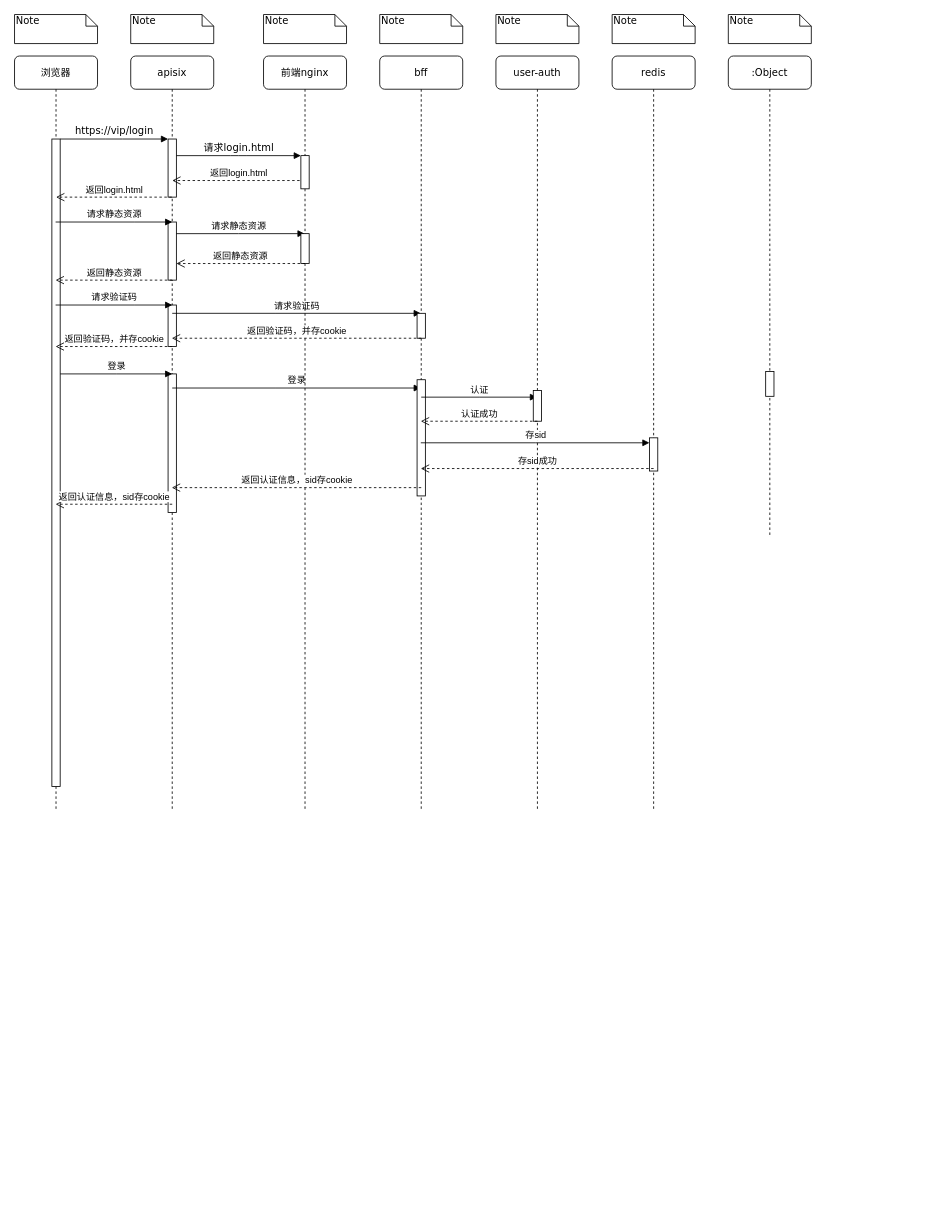
Before: sxf-front-end-optimize-publish/分布式前端调用链路.drawio in doukangtai/draw.io, a draw.io diagram. Source tidied: cells renumbered, new cells numbered last; positions are measured from the earlier drawing's top-left corner, leaving out a move shared by most shapes. Both pictures are drawn from the tidied source at 83%, with x=0, y=0 at pixel (14, 14).
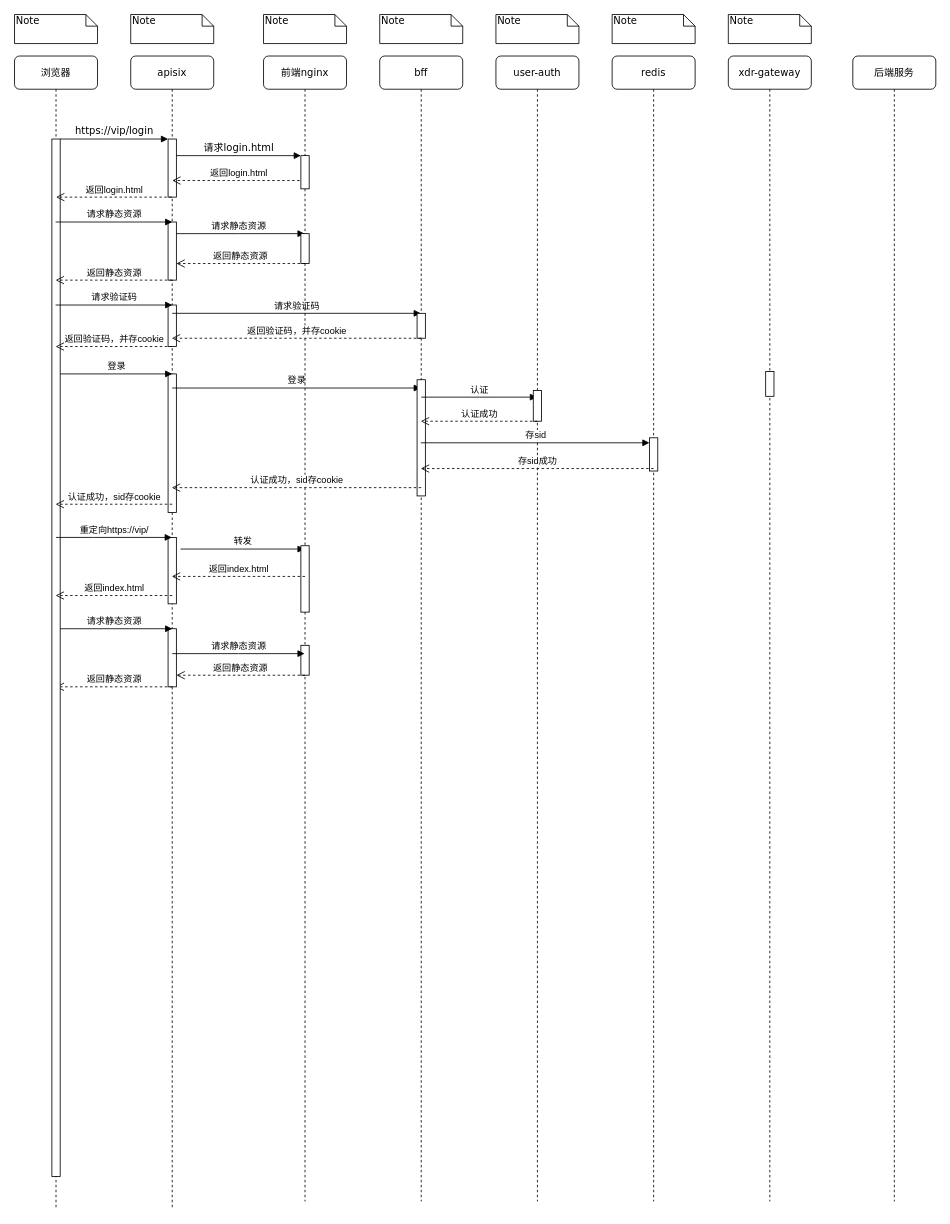
The same page after the edit.

Commit message:
V2更新分布式前端调用链路.drawio

The edit, as a diff of the source:
```diff
@@
     <mxCell id="2" value="apisix" style="shape=umlLifeline;perimeter=lifelinePerimeter;whiteSpace=wrap;html=1;outlineConnect=0;rounded=1;shadow=0;comic=0;labelBackgroundColor=none;strokeWidth=1;fontFamily=Verdana;fontSize=12;align=center;" parent="1" vertex="1">
-      <mxGeometry x="140" y="50" width="100" height="910" as="geometry" />
+      <mxGeometry x="140" y="50" width="100" height="1390" as="geometry" />
     </mxCell>
@@
+    <mxCell id="48" style="html=1;perimeter=orthogonalPerimeter;targetShapes=umlLifeline;newEdgeStyle={&quot;edgeStyle&quot;:&quot;elbowEdgeStyle&quot;,&quot;elbow&quot;:&quot;vertical&quot;,&quot;curved&quot;:0,&quot;rounded&quot;:0};" parent="2" vertex="1">
+      <mxGeometry x="45" y="580" width="10" height="80" as="geometry" />
+    </mxCell>
+    <mxCell id="49" value="转发" style="html=1;verticalAlign=bottom;endArrow=block;edgeStyle=elbowEdgeStyle;elbow=vertical;curved=0;rounded=0;" parent="2" edge="1">
+      <mxGeometry relative="1" as="geometry">
+        <mxPoint x="60" y="594" as="sourcePoint" />
+        <mxPoint x="209.5" y="594" as="targetPoint" />
+      </mxGeometry>
+    </mxCell>
+    <mxCell id="50" style="html=1;perimeter=orthogonalPerimeter;targetShapes=umlLifeline;newEdgeStyle={&quot;edgeStyle&quot;:&quot;elbowEdgeStyle&quot;,&quot;elbow&quot;:&quot;vertical&quot;,&quot;curved&quot;:0,&quot;rounded&quot;:0};" parent="2" vertex="1">
+      <mxGeometry x="45" y="690" width="10" height="70" as="geometry" />
+    </mxCell>
+    <mxCell id="51" value="请求静态资源" style="html=1;verticalAlign=bottom;endArrow=block;edgeStyle=elbowEdgeStyle;elbow=vertical;curved=0;rounded=0;" parent="2" edge="1">
+      <mxGeometry relative="1" as="geometry">
+        <mxPoint x="-90.5" y="690" as="sourcePoint" />
+        <mxPoint x="50" y="690" as="targetPoint" />
+      </mxGeometry>
+    </mxCell>
+    <mxCell id="52" value="返回静态资源" style="html=1;verticalAlign=bottom;endArrow=open;dashed=1;endSize=8;edgeStyle=elbowEdgeStyle;elbow=vertical;curved=0;rounded=0;" parent="2" edge="1">
+      <mxGeometry relative="1" as="geometry">
+        <mxPoint x="50" y="760" as="sourcePoint" />
+        <mxPoint x="-90.5" y="760" as="targetPoint" />
+      </mxGeometry>
+    </mxCell>
     <mxCell id="11" value="前端nginx" style="shape=umlLifeline;perimeter=lifelinePerimeter;whiteSpace=wrap;html=1;outlineConnect=0;rounded=1;shadow=0;comic=0;labelBackgroundColor=none;strokeWidth=1;fontFamily=Verdana;fontSize=12;align=center;" parent="1" vertex="1">
-      <mxGeometry x="300" y="50" width="100" height="910" as="geometry" />
+      <mxGeometry x="300" y="50" width="100" height="1380" as="geometry" />
     </mxCell>
@@
+    <mxCell id="53" style="html=1;perimeter=orthogonalPerimeter;targetShapes=umlLifeline;newEdgeStyle={&quot;edgeStyle&quot;:&quot;elbowEdgeStyle&quot;,&quot;elbow&quot;:&quot;vertical&quot;,&quot;curved&quot;:0,&quot;rounded&quot;:0};" parent="11" vertex="1">
+      <mxGeometry x="45" y="590" width="10" height="80" as="geometry" />
+    </mxCell>
+    <mxCell id="54" style="html=1;perimeter=orthogonalPerimeter;targetShapes=umlLifeline;newEdgeStyle={&quot;edgeStyle&quot;:&quot;elbowEdgeStyle&quot;,&quot;elbow&quot;:&quot;vertical&quot;,&quot;curved&quot;:0,&quot;rounded&quot;:0};" parent="11" vertex="1">
+      <mxGeometry x="45" y="710" width="10" height="36" as="geometry" />
+    </mxCell>
+    <mxCell id="55" value="返回静态资源" style="html=1;verticalAlign=bottom;endArrow=open;dashed=1;endSize=8;edgeStyle=elbowEdgeStyle;elbow=vertical;curved=0;rounded=0;" parent="11" edge="1">
+      <mxGeometry relative="1" as="geometry">
+        <mxPoint x="50" y="746" as="sourcePoint" />
+        <mxPoint x="-105" y="746" as="targetPoint" />
+      </mxGeometry>
+    </mxCell>
     <mxCell id="14" value="bff" style="shape=umlLifeline;perimeter=lifelinePerimeter;whiteSpace=wrap;html=1;outlineConnect=0;rounded=1;shadow=0;comic=0;labelBackgroundColor=none;strokeWidth=1;fontFamily=Verdana;fontSize=12;align=center;" parent="1" vertex="1">
-      <mxGeometry x="440" y="50" width="100" height="910" as="geometry" />
+      <mxGeometry x="440" y="50" width="100" height="1380" as="geometry" />
     </mxCell>
@@
     <mxCell id="18" value="user-auth" style="shape=umlLifeline;perimeter=lifelinePerimeter;whiteSpace=wrap;html=1;rounded=1;shadow=0;comic=0;labelBackgroundColor=none;strokeWidth=1;fontFamily=Verdana;fontSize=12;align=center;" parent="1" vertex="1">
-      <mxGeometry x="580" y="50" width="100" height="910" as="geometry" />
+      <mxGeometry x="580" y="50" width="100" height="1380" as="geometry" />
     </mxCell>
@@
     <mxCell id="20" value="redis" style="shape=umlLifeline;perimeter=lifelinePerimeter;whiteSpace=wrap;html=1;rounded=1;shadow=0;comic=0;labelBackgroundColor=none;strokeWidth=1;fontFamily=Verdana;fontSize=12;align=center;" parent="1" vertex="1">
-      <mxGeometry x="720" y="50" width="100" height="910" as="geometry" />
+      <mxGeometry x="720" y="50" width="100" height="1380" as="geometry" />
     </mxCell>
@@
-    <mxCell id="22" value=":Object" style="shape=umlLifeline;perimeter=lifelinePerimeter;whiteSpace=wrap;html=1;rounded=1;shadow=0;comic=0;labelBackgroundColor=none;strokeWidth=1;fontFamily=Verdana;fontSize=12;align=center;" parent="1" vertex="1">
-      <mxGeometry x="860" y="50" width="100" height="580" as="geometry" />
+    <mxCell id="22" value="xdr-gateway" style="shape=umlLifeline;perimeter=lifelinePerimeter;whiteSpace=wrap;html=1;rounded=1;shadow=0;comic=0;labelBackgroundColor=none;strokeWidth=1;fontFamily=Verdana;fontSize=12;align=center;" parent="1" vertex="1">
+      <mxGeometry x="860" y="50" width="100" height="1380" as="geometry" />
     </mxCell>
     <mxCell id="23" value="浏览器" style="shape=umlLifeline;perimeter=lifelinePerimeter;whiteSpace=wrap;html=1;outlineConnect=0;rounded=1;shadow=0;comic=0;labelBackgroundColor=none;strokeWidth=1;fontFamily=Verdana;fontSize=12;align=center;" parent="1" vertex="1">
-      <mxGeometry y="50" width="100" height="910" as="geometry" />
+      <mxGeometry y="50" width="100" height="1390" as="geometry" />
     </mxCell>
     <mxCell id="24" style="html=1;points=[];perimeter=orthogonalPerimeter;rounded=0;shadow=0;comic=0;labelBackgroundColor=none;strokeWidth=1;fontFamily=Verdana;fontSize=12;align=center;" parent="23" vertex="1">
-      <mxGeometry x="45" y="100" width="10" height="780" as="geometry" />
+      <mxGeometry x="45" y="100" width="10" height="1250" as="geometry" />
     </mxCell>
@@
+    <mxCell id="56" value="重定向https://vip/" style="html=1;verticalAlign=bottom;endArrow=block;edgeStyle=elbowEdgeStyle;elbow=vertical;curved=0;rounded=0;" parent="23" edge="1" target="2">
+      <mxGeometry relative="1" as="geometry">
+        <mxPoint x="50" y="580" as="sourcePoint" />
+      </mxGeometry>
+    </mxCell>
@@
-    <mxCell id="46" value="返回认证信息，sid存cookie" style="html=1;verticalAlign=bottom;endArrow=open;dashed=1;endSize=8;edgeStyle=elbowEdgeStyle;elbow=vertical;curved=0;rounded=0;" parent="1" edge="1" target="2">
+    <mxCell id="46" value="认证成功，sid存cookie" style="html=1;verticalAlign=bottom;endArrow=open;dashed=1;endSize=8;edgeStyle=elbowEdgeStyle;elbow=vertical;curved=0;rounded=0;" parent="1" edge="1" target="2">
       <mxGeometry relative="1" as="geometry">
         <mxPoint x="490" y="570" as="sourcePoint" />
       </mxGeometry>
     </mxCell>
-    <mxCell id="47" value="返回认证信息，sid存cookie" style="html=1;verticalAlign=bottom;endArrow=open;dashed=1;endSize=8;edgeStyle=elbowEdgeStyle;elbow=vertical;curved=0;rounded=0;" parent="1" edge="1" target="23">
+    <mxCell id="47" value="认证成功，sid存cookie" style="html=1;verticalAlign=bottom;endArrow=open;dashed=1;endSize=8;edgeStyle=elbowEdgeStyle;elbow=vertical;curved=0;rounded=0;" parent="1" edge="1" target="23">
       <mxGeometry relative="1" as="geometry">
         <mxPoint x="190" y="590" as="sourcePoint" />
       </mxGeometry>
     </mxCell>
+    <mxCell id="57" value="返回index.html" style="html=1;verticalAlign=bottom;endArrow=open;dashed=1;endSize=8;edgeStyle=elbowEdgeStyle;elbow=vertical;curved=0;rounded=0;" parent="1" edge="1">
+      <mxGeometry relative="1" as="geometry">
+        <mxPoint x="350" y="677" as="sourcePoint" />
+        <mxPoint x="189.5" y="677" as="targetPoint" />
+      </mxGeometry>
+    </mxCell>
+    <mxCell id="58" value="返回index.html" style="html=1;verticalAlign=bottom;endArrow=open;dashed=1;endSize=8;edgeStyle=elbowEdgeStyle;elbow=vertical;curved=0;rounded=0;" parent="1" edge="1" target="23">
+      <mxGeometry relative="1" as="geometry">
+        <mxPoint x="190" y="700" as="sourcePoint" />
+      </mxGeometry>
+    </mxCell>
+    <mxCell id="59" value="后端服务" style="shape=umlLifeline;perimeter=lifelinePerimeter;whiteSpace=wrap;html=1;newEdgeStyle={&quot;edgeStyle&quot;:&quot;elbowEdgeStyle&quot;,&quot;elbow&quot;:&quot;vertical&quot;,&quot;curved&quot;:0,&quot;rounded&quot;:0};rounded=1;" parent="1" vertex="1">
+      <mxGeometry x="1010" y="50" width="100" height="1380" as="geometry" />
+    </mxCell>
+    <mxCell id="60" value="请求静态资源" style="html=1;verticalAlign=bottom;endArrow=block;edgeStyle=elbowEdgeStyle;elbow=vertical;curved=0;rounded=0;" parent="1" edge="1">
+      <mxGeometry relative="1" as="geometry">
+        <mxPoint x="190" y="770" as="sourcePoint" />
+        <mxPoint x="349.5" y="770" as="targetPoint" />
+      </mxGeometry>
+    </mxCell>
```
